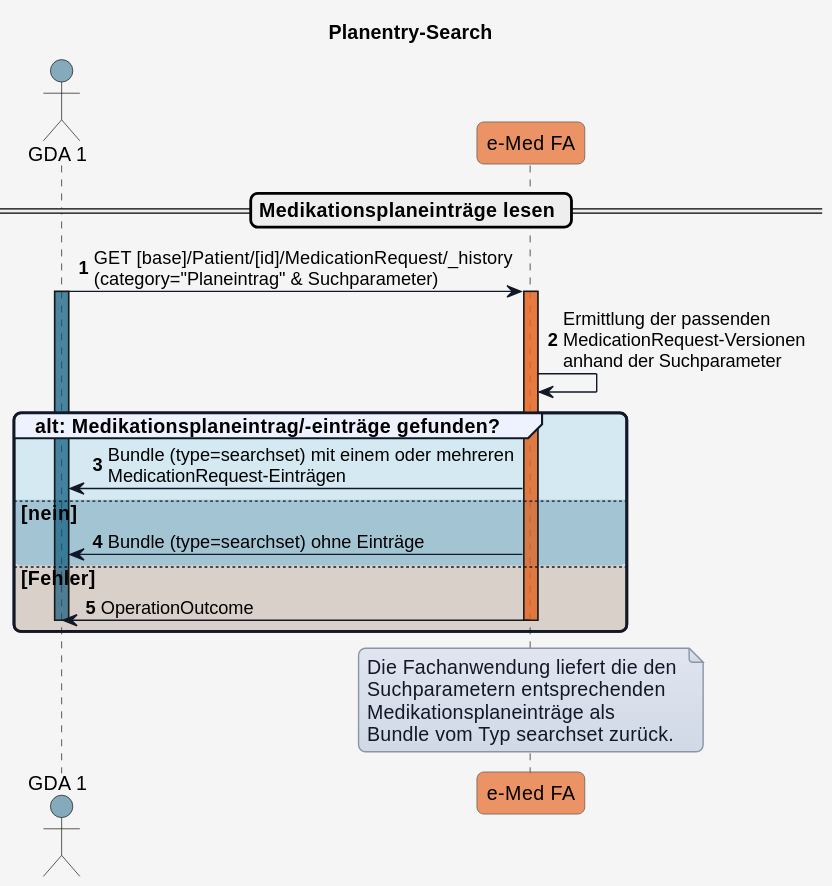
This is r4-ELGA-e-Medikation-main/plantuml/UC_eMed_01_04.svg from HL7Austria/hl7austria.github.io, a PlantUML export, as it was before one commit.
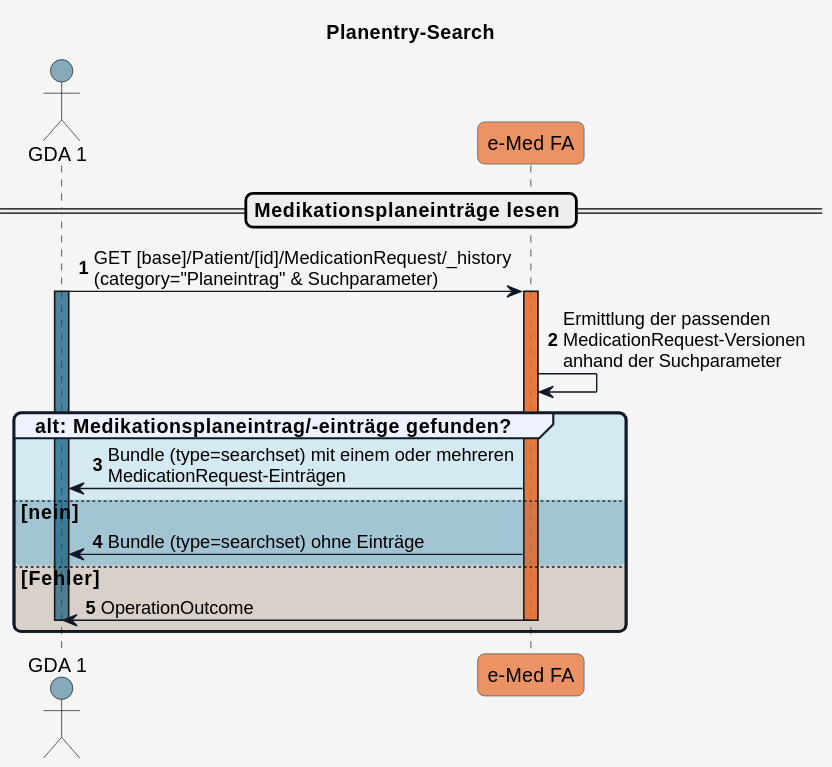
Later version of the same file.

The edit, as a diff of the source:
```diff
@@ -69,13 +69,6 @@
   deactivate eMed_FA
 end
 
-note over eMed_FA
-Die Fachanwendung liefert die den
-Suchparametern entsprechenden
-Medikationsplaneinträge als
-Bundle vom Typ searchset zurück.
-end note
-
 deactivate GDA_1
 deactivate eMed_FA
 @enduml
```
